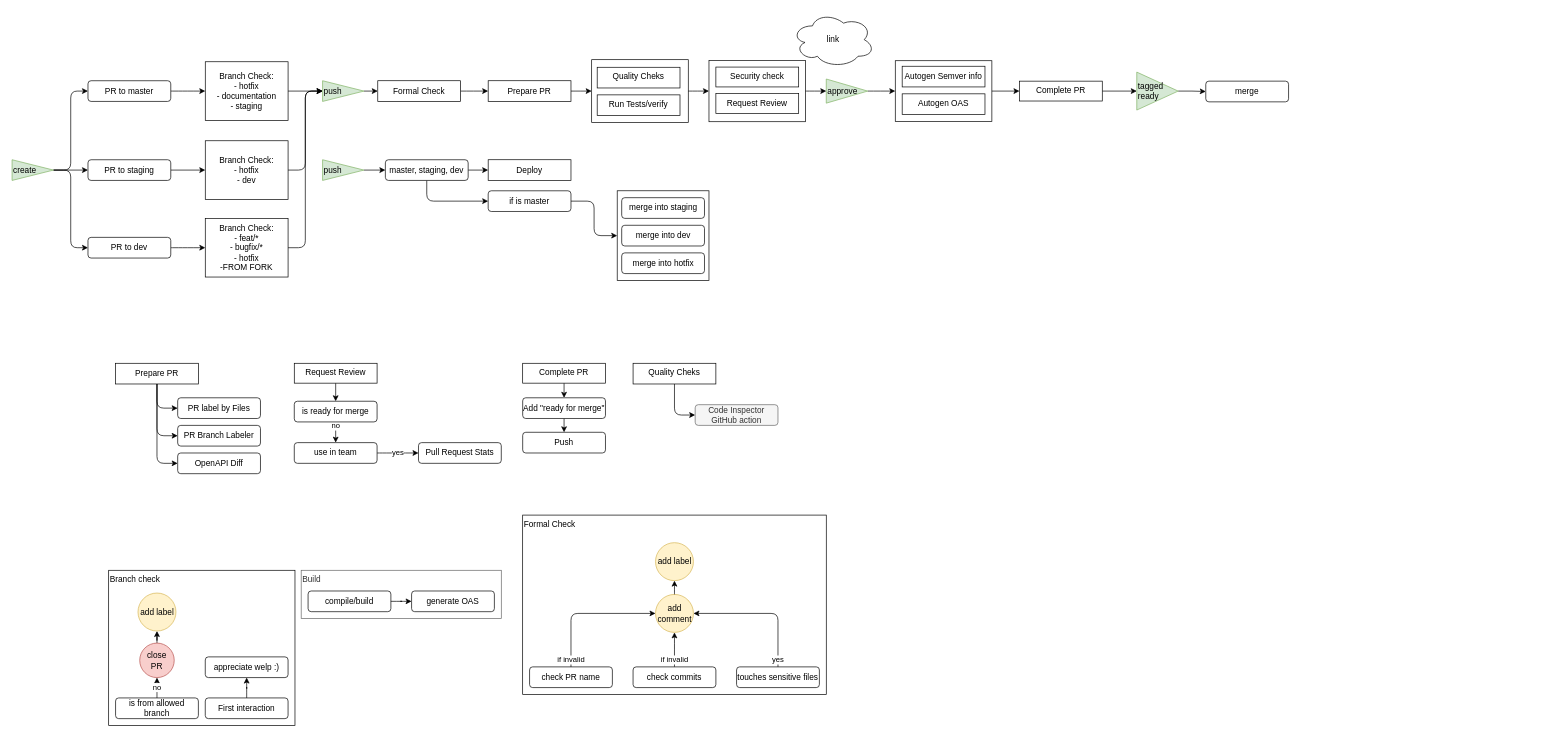
This is workflow_diagram.drawio from nbrugger-tgm/java-spring-template, a draw.io file, before an edit. Source tidied: cells renumbered, new cells numbered last; positions are measured from the earlier drawing's top-left corner, leaving out a move shared by most shapes. Both pictures are drawn from the tidied source at 69%, with x=0, y=0 at pixel (12, 12).
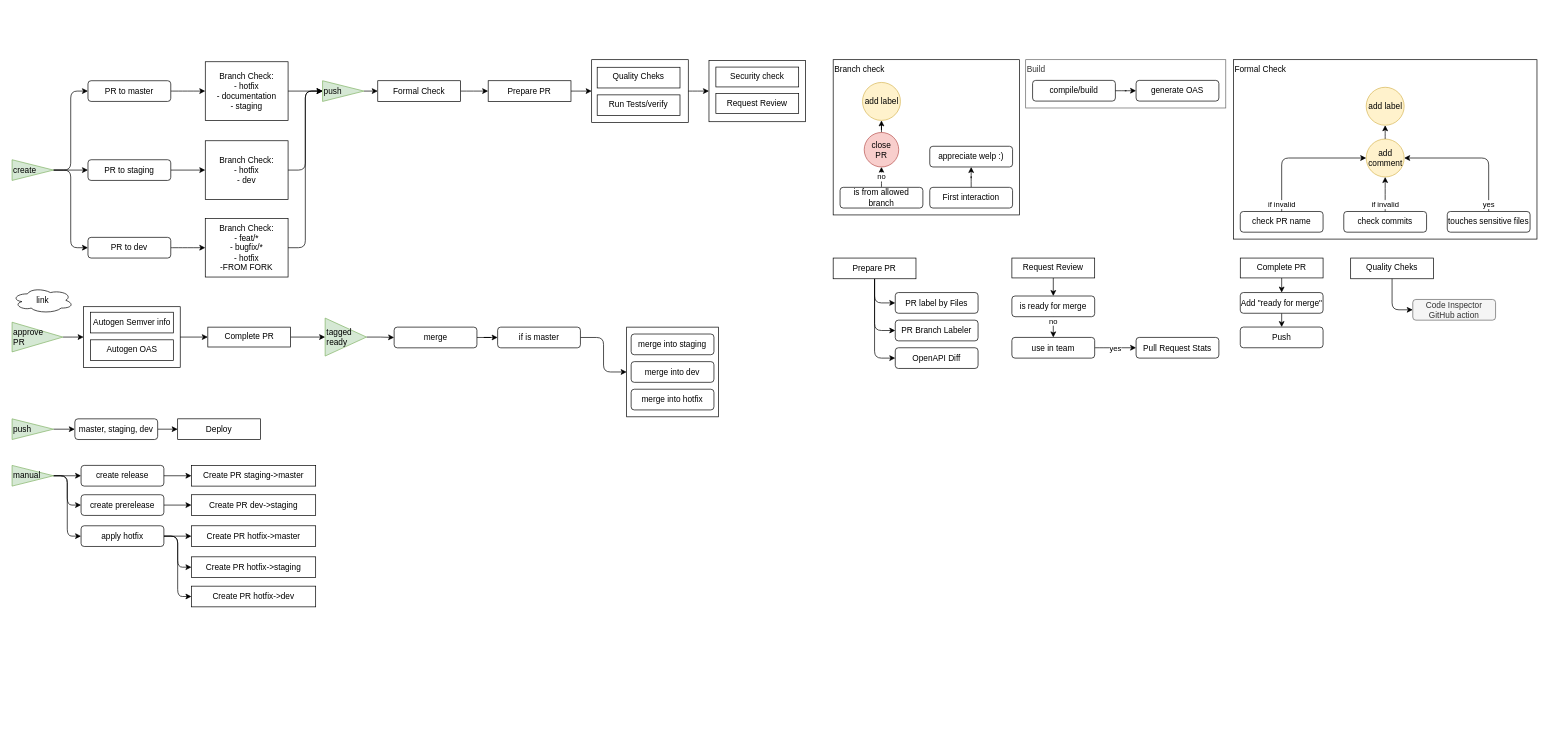
After the change.

Commit message (it also covers changes not shown here):
feat: finalize diagrams

Unchanged cells that the change refers to:
```xml
<mxCell id="53" style="rounded=0;whiteSpace=wrap;html=1;fillColor=none;verticalAlign=top;" parent="52" vertex="1">
  <mxGeometry width="140" height="88.8" as="geometry" />
</mxCell>
```

What changed in the source:
```diff
@@
     <mxCell id="3" value="Branch check" style="rounded=0;whiteSpace=wrap;html=1;fillColor=none;verticalAlign=top;align=left;" parent="1" vertex="1">
-      <mxGeometry x="140" y="809" width="270" height="225" as="geometry" />
+      <mxGeometry x="1190" y="69" width="270" height="225" as="geometry" />
     </mxCell>
@@
     <mxCell id="15" value="use in team" style="rounded=1;whiteSpace=wrap;html=1;" parent="1" vertex="1">
-      <mxGeometry x="409" y="624" width="120" height="30" as="geometry" />
+      <mxGeometry x="1449" y="471.5" width="120" height="30" as="geometry" />
     </mxCell>
     <mxCell id="16" value="Pull Request Stats" style="rounded=1;whiteSpace=wrap;html=1;" parent="1" vertex="1">
-      <mxGeometry x="589" y="624" width="120" height="30" as="geometry" />
+      <mxGeometry x="1629" y="471.5" width="120" height="30" as="geometry" />
     </mxCell>
@@
     <mxCell id="20" value="Prepare PR" style="rounded=0;whiteSpace=wrap;html=1;align=center;" parent="1" vertex="1">
-      <mxGeometry x="150" y="509" width="120" height="30" as="geometry" />
+      <mxGeometry x="1190" y="356.5" width="120" height="30" as="geometry" />
     </mxCell>
     <mxCell id="21" value="PR label by Files" style="rounded=1;whiteSpace=wrap;html=1;" parent="1" vertex="1">
-      <mxGeometry x="240" y="559" width="120" height="30" as="geometry" />
+      <mxGeometry x="1280" y="406.5" width="120" height="30" as="geometry" />
     </mxCell>
     <mxCell id="22" value="PR Branch Labeler" style="rounded=1;whiteSpace=wrap;html=1;" parent="1" vertex="1">
-      <mxGeometry x="240" y="599" width="120" height="30" as="geometry" />
+      <mxGeometry x="1280" y="446.5" width="120" height="30" as="geometry" />
     </mxCell>
@@
     <mxCell id="24" value="Quality Cheks" style="rounded=0;whiteSpace=wrap;html=1;fillColor=none;verticalAlign=top;" parent="1" vertex="1">
-      <mxGeometry x="900" y="509" width="120" height="30" as="geometry" />
+      <mxGeometry x="1940" y="356.5" width="120" height="30" as="geometry" />
     </mxCell>
     <mxCell id="25" value="Code Inspector GitHub action" style="rounded=1;whiteSpace=wrap;html=1;fillColor=#f5f5f5;strokeColor=#666666;fontColor=#333333;" parent="1" vertex="1">
-      <mxGeometry x="990" y="569" width="120" height="30" as="geometry" />
+      <mxGeometry x="2030" y="416.5" width="120" height="30" as="geometry" />
     </mxCell>
@@
     <mxCell id="27" value="First interaction" style="rounded=1;whiteSpace=wrap;html=1;" parent="1" vertex="1">
-      <mxGeometry x="280" y="994" width="120" height="30" as="geometry" />
+      <mxGeometry x="1330" y="254" width="120" height="30" as="geometry" />
     </mxCell>
     <mxCell id="28" value="appreciate welp :)" style="rounded=1;whiteSpace=wrap;html=1;" parent="1" vertex="1">
-      <mxGeometry x="280" y="934.5" width="120" height="30" as="geometry" />
+      <mxGeometry x="1330" y="194.5" width="120" height="30" as="geometry" />
     </mxCell>
@@
-    <mxCell id="34" value="approve" style="triangle;whiteSpace=wrap;html=1;fillColor=#d5e8d4;verticalAlign=middle;strokeColor=#82b366;align=left;" parent="1" vertex="1">
-      <mxGeometry x="1180" y="97" width="60" height="35" as="geometry" />
+    <mxCell id="34" value="approve&lt;br&gt;PR" style="triangle;whiteSpace=wrap;html=1;fillColor=#d5e8d4;verticalAlign=middle;strokeColor=#82b366;align=left;" parent="1" vertex="1">
+      <mxGeometry y="449.5" width="73.7" height="43" as="geometry" />
     </mxCell>
@@
     <mxCell id="36" value="is from allowed branch" style="rounded=1;whiteSpace=wrap;html=1;" parent="1" vertex="1">
-      <mxGeometry x="150" y="994" width="120" height="30" as="geometry" />
+      <mxGeometry x="1200" y="254" width="120" height="30" as="geometry" />
     </mxCell>
@@
     <mxCell id="38" value="close PR" style="ellipse;whiteSpace=wrap;html=1;fillColor=#f8cecc;strokeColor=#b85450;" parent="1" vertex="1">
-      <mxGeometry x="185" y="914.5" width="50" height="50" as="geometry" />
+      <mxGeometry x="1235" y="174.5" width="50" height="50" as="geometry" />
     </mxCell>
     <mxCell id="39" value="add label" style="ellipse;whiteSpace=wrap;html=1;fillColor=#fff2cc;strokeColor=#d6b656;" parent="1" vertex="1">
-      <mxGeometry x="182.5" y="842" width="55" height="55" as="geometry" />
+      <mxGeometry x="1232.5" y="102" width="55" height="55" as="geometry" />
     </mxCell>
-    <mxCell id="40" style="edgeStyle=orthogonalEdgeStyle;curved=1;rounded=0;jettySize=auto;html=1;exitX=1;exitY=0.5;exitDx=0;exitDy=0;entryX=0;entryY=0.5;entryDx=0;entryDy=0;" parent="1" edge="1" source="53" target="34">
-      <mxGeometry relative="1" as="geometry" />
-    </mxCell>
@@
     <mxCell id="44" style="group;" parent="1" vertex="1">
-      <mxGeometry x="419" y="809" width="290" height="70" as="geometry" />
+      <mxGeometry x="1469" y="69" width="290" height="70" as="geometry" />
     </mxCell>
@@
     <mxCell id="51" value="OpenAPI Diff" style="rounded=1;whiteSpace=wrap;html=1;" parent="1" vertex="1">
-      <mxGeometry x="240" y="639" width="120" height="30" as="geometry" />
+      <mxGeometry x="1280" y="486.5" width="120" height="30" as="geometry" />
     </mxCell>
@@
     <mxCell id="56" style="group;" parent="1" vertex="1">
-      <mxGeometry x="1280" y="70.5" width="140" height="88" as="geometry" />
+      <mxGeometry x="103.7" y="427" width="140" height="88" as="geometry" />
     </mxCell>
@@
     <mxCell id="60" value="&lt;div&gt;&lt;span&gt;link&lt;/span&gt;&lt;/div&gt;" style="ellipse;shape=cloud;whiteSpace=wrap;html=1;verticalAlign=middle;align=center;" parent="1" vertex="1">
-      <mxGeometry x="1130" width="120" height="80" as="geometry" />
+      <mxGeometry y="399" width="89" height="37.5" as="geometry" />
     </mxCell>
@@
     <mxCell id="62" value="Request Review" style="rounded=0;whiteSpace=wrap;html=1;verticalAlign=top;" parent="1" vertex="1">
-      <mxGeometry x="409" y="509" width="120" height="28.8" as="geometry" />
+      <mxGeometry x="1449" y="356.5" width="120" height="28.8" as="geometry" />
     </mxCell>
@@
     <mxCell id="66" value="tagged ready" style="triangle;whiteSpace=wrap;html=1;fillColor=#d5e8d4;verticalAlign=middle;strokeColor=#82b366;align=left;" parent="1" vertex="1">
-      <mxGeometry x="1630" y="87" width="60" height="55" as="geometry" />
+      <mxGeometry x="453.7" y="443.5" width="60" height="55" as="geometry" />
     </mxCell>
@@
     <mxCell id="68" value="Complete PR" style="rounded=0;whiteSpace=wrap;html=1;verticalAlign=top;" parent="1" vertex="1">
-      <mxGeometry x="1460" y="100.1" width="120" height="28.8" as="geometry" />
+      <mxGeometry x="283.7" y="456.6" width="120" height="28.8" as="geometry" />
     </mxCell>
@@
     <mxCell id="71" value="Complete PR" style="rounded=0;whiteSpace=wrap;html=1;verticalAlign=top;" parent="1" vertex="1">
-      <mxGeometry x="740" y="509" width="120" height="28.8" as="geometry" />
+      <mxGeometry x="1780" y="356.5" width="120" height="28.8" as="geometry" />
     </mxCell>
@@
     <mxCell id="73" value="Add &quot;ready for merge&quot;" style="rounded=1;whiteSpace=wrap;html=1;" parent="1" vertex="1">
-      <mxGeometry x="740" y="559" width="120" height="30" as="geometry" />
+      <mxGeometry x="1780" y="406.5" width="120" height="30" as="geometry" />
     </mxCell>
@@
     <mxCell id="75" value="is ready for merge" style="rounded=1;whiteSpace=wrap;html=1;" parent="1" vertex="1">
-      <mxGeometry x="409" y="564" width="120" height="30" as="geometry" />
+      <mxGeometry x="1449" y="411.5" width="120" height="30" as="geometry" />
     </mxCell>
     <mxCell id="76" value="Push" style="rounded=1;whiteSpace=wrap;html=1;" parent="1" vertex="1">
-      <mxGeometry x="740" y="609" width="120" height="30" as="geometry" />
+      <mxGeometry x="1780" y="456.5" width="120" height="30" as="geometry" />
     </mxCell>
+    <mxCell id="105" style="edgeStyle=orthogonalEdgeStyle;rounded=0;jettySize=auto;html=1;exitX=1;exitY=0.5;exitDx=0;exitDy=0;" parent="1" edge="1" source="77" target="100">
+      <mxGeometry relative="1" as="geometry" />
+    </mxCell>
     <mxCell id="77" value="merge" style="rounded=1;whiteSpace=wrap;html=1;" parent="1" vertex="1">
-      <mxGeometry x="1730" y="100.1" width="120" height="30" as="geometry" />
+      <mxGeometry x="553.7" y="456.6" width="120" height="30" as="geometry" />
     </mxCell>
@@
     <mxCell id="82" style="group;" parent="1" vertex="1">
-      <mxGeometry x="740" y="729" width="440" height="260" as="geometry" />
+      <mxGeometry x="1770" y="69" width="440" height="260" as="geometry" />
     </mxCell>
@@
     <mxCell id="94" value="push" style="triangle;whiteSpace=wrap;html=1;align=left;fillColor=#d5e8d4;strokeColor=#82b366;" parent="1" vertex="1">
-      <mxGeometry x="450" y="214" width="60" height="30" as="geometry" />
+      <mxGeometry y="589.5" width="60" height="30" as="geometry" />
     </mxCell>
@@
-    <mxCell id="96" style="edgeStyle=orthogonalEdgeStyle;rounded=1;jettySize=auto;html=1;exitX=0.5;exitY=1;exitDx=0;exitDy=0;entryX=0;entryY=0.5;entryDx=0;entryDy=0;" parent="1" edge="1" source="97" target="100">
-      <mxGeometry relative="1" as="geometry" />
-    </mxCell>
     <mxCell id="97" value="master, staging, dev" style="rounded=1;whiteSpace=wrap;html=1;" parent="1" vertex="1">
-      <mxGeometry x="541" y="214" width="120" height="30" as="geometry" />
+      <mxGeometry x="91" y="589.5" width="120" height="30" as="geometry" />
     </mxCell>
     <mxCell id="98" value="Deploy" style="rounded=0;whiteSpace=wrap;html=1;align=center;" parent="1" vertex="1">
-      <mxGeometry x="690" y="214" width="120" height="30" as="geometry" />
+      <mxGeometry x="240" y="589.5" width="120" height="30" as="geometry" />
     </mxCell>
@@
     <mxCell id="100" value="if is master" style="rounded=1;whiteSpace=wrap;html=1;" parent="1" vertex="1">
-      <mxGeometry x="690" y="259" width="120" height="30" as="geometry" />
+      <mxGeometry x="703.7" y="456.6" width="120" height="30" as="geometry" />
     </mxCell>
     <mxCell id="101" style="rounded=0;whiteSpace=wrap;html=1;" parent="1" vertex="1">
-      <mxGeometry x="877" y="259" width="133" height="130" as="geometry" />
+      <mxGeometry x="890.7" y="456.6" width="133" height="130" as="geometry" />
     </mxCell>
     <mxCell id="102" value="merge into staging" style="rounded=1;whiteSpace=wrap;html=1;" parent="1" vertex="1">
-      <mxGeometry x="883.5" y="269" width="120" height="30" as="geometry" />
+      <mxGeometry x="897.2" y="466.6" width="120" height="30" as="geometry" />
     </mxCell>
     <mxCell id="103" value="merge into dev" style="rounded=1;whiteSpace=wrap;html=1;" parent="1" vertex="1">
-      <mxGeometry x="883.5" y="309" width="120" height="30" as="geometry" />
+      <mxGeometry x="897.2" y="506.6" width="120" height="30" as="geometry" />
     </mxCell>
     <mxCell id="104" value="merge into hotfix" style="rounded=1;whiteSpace=wrap;html=1;" parent="1" vertex="1">
-      <mxGeometry x="883.5" y="349" width="120" height="30" as="geometry" />
+      <mxGeometry x="897.2" y="546.6" width="120" height="30" as="geometry" />
     </mxCell>
+    <mxCell id="106" style="edgeStyle=orthogonalEdgeStyle;rounded=1;jumpSize=0;jettySize=auto;html=1;exitX=1;exitY=0.5;exitDx=0;exitDy=0;endSize=6;strokeColor=default;" parent="1" edge="1" source="109" target="110">
+      <mxGeometry relative="1" as="geometry" />
+    </mxCell>
+    <mxCell id="107" style="edgeStyle=orthogonalEdgeStyle;rounded=1;jumpSize=0;jettySize=auto;html=1;exitX=1;exitY=0.5;exitDx=0;exitDy=0;entryX=0;entryY=0.5;entryDx=0;entryDy=0;endSize=6;strokeColor=default;" parent="1" edge="1" source="109" target="115">
+      <mxGeometry relative="1" as="geometry" />
+    </mxCell>
+    <mxCell id="108" style="edgeStyle=orthogonalEdgeStyle;rounded=1;jumpSize=0;jettySize=auto;html=1;exitX=1;exitY=0.5;exitDx=0;exitDy=0;entryX=0;entryY=0.5;entryDx=0;entryDy=0;endSize=6;strokeColor=default;" parent="1" edge="1" source="109" target="119">
+      <mxGeometry relative="1" as="geometry" />
+    </mxCell>
+    <mxCell id="109" value="manual" style="triangle;whiteSpace=wrap;html=1;align=left;fillColor=#d5e8d4;strokeColor=#82b366;" parent="1" vertex="1">
+      <mxGeometry y="657" width="60" height="30" as="geometry" />
+    </mxCell>
+    <mxCell id="110" value="create release" style="rounded=1;whiteSpace=wrap;html=1;" parent="1" vertex="1">
+      <mxGeometry x="100" y="657" width="120" height="30" as="geometry" />
+    </mxCell>
+    <mxCell id="111" value="Create PR staging-&amp;gt;master" style="rounded=0;whiteSpace=wrap;html=1;align=center;" parent="1" vertex="1">
+      <mxGeometry x="260" y="657" width="180" height="30" as="geometry" />
+    </mxCell>
+    <mxCell id="112" value="Create PR dev-&amp;gt;staging" style="rounded=0;whiteSpace=wrap;html=1;align=center;" parent="1" vertex="1">
+      <mxGeometry x="260" y="699.5" width="180" height="30" as="geometry" />
+    </mxCell>
+    <mxCell id="113" style="edgeStyle=orthogonalEdgeStyle;rounded=1;jettySize=auto;html=1;exitX=1;exitY=0.5;exitDx=0;exitDy=0;" parent="1" edge="1" source="110" target="111">
+      <mxGeometry relative="1" as="geometry" />
+    </mxCell>
+    <mxCell id="114" style="edgeStyle=orthogonalEdgeStyle;rounded=1;jumpSize=0;jettySize=auto;html=1;exitX=1;exitY=0.5;exitDx=0;exitDy=0;endSize=6;strokeColor=default;" parent="1" edge="1" source="115" target="112">
+      <mxGeometry relative="1" as="geometry" />
+    </mxCell>
+    <mxCell id="115" value="create prerelease" style="rounded=1;whiteSpace=wrap;html=1;" parent="1" vertex="1">
+      <mxGeometry x="100" y="699.5" width="120" height="30" as="geometry" />
+    </mxCell>
+    <mxCell id="116" style="edgeStyle=orthogonalEdgeStyle;rounded=1;jumpSize=0;jettySize=auto;html=1;exitX=1;exitY=0.5;exitDx=0;exitDy=0;entryX=0;entryY=0.5;entryDx=0;entryDy=0;endSize=6;strokeColor=default;" parent="1" edge="1" source="119" target="120">
+      <mxGeometry relative="1" as="geometry" />
+    </mxCell>
+    <mxCell id="117" style="edgeStyle=orthogonalEdgeStyle;rounded=1;jumpSize=0;jettySize=auto;html=1;exitX=1;exitY=0.5;exitDx=0;exitDy=0;entryX=0;entryY=0.5;entryDx=0;entryDy=0;endSize=6;strokeColor=default;" parent="1" edge="1" source="119" target="121">
+      <mxGeometry relative="1" as="geometry" />
+    </mxCell>
+    <mxCell id="118" style="edgeStyle=orthogonalEdgeStyle;rounded=1;jumpSize=0;jettySize=auto;html=1;exitX=1;exitY=0.5;exitDx=0;exitDy=0;entryX=0;entryY=0.5;entryDx=0;entryDy=0;endSize=6;strokeColor=default;" parent="1" edge="1" source="119" target="122">
+      <mxGeometry relative="1" as="geometry" />
+    </mxCell>
+    <mxCell id="119" value="apply hotfix" style="rounded=1;whiteSpace=wrap;html=1;" parent="1" vertex="1">
+      <mxGeometry x="100" y="744.5" width="120" height="30" as="geometry" />
+    </mxCell>
+    <mxCell id="120" value="Create PR hotfix-&amp;gt;master" style="rounded=0;whiteSpace=wrap;html=1;align=center;" parent="1" vertex="1">
+      <mxGeometry x="260" y="744.5" width="180" height="30" as="geometry" />
+    </mxCell>
+    <mxCell id="121" value="Create PR hotfix-&amp;gt;staging" style="rounded=0;whiteSpace=wrap;html=1;align=center;" parent="1" vertex="1">
+      <mxGeometry x="260" y="789.5" width="180" height="30" as="geometry" />
+    </mxCell>
+    <mxCell id="122" value="Create PR hotfix-&amp;gt;dev" style="rounded=0;whiteSpace=wrap;html=1;align=center;" parent="1" vertex="1">
+      <mxGeometry x="260" y="832" width="180" height="30" as="geometry" />
+    </mxCell>
```
